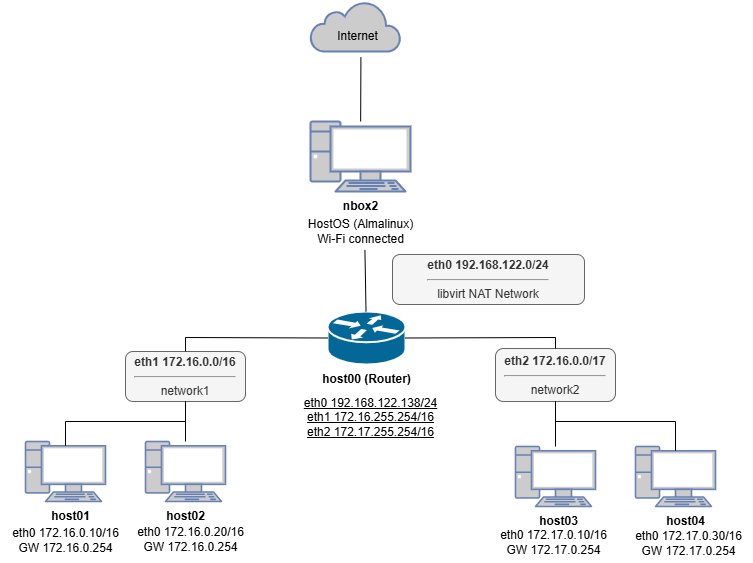
haru186f/kvm-network-lab keeps this draw.io diagram as architecture/network-diagram.drawio.png. Above is the earlier version. Source tidied: cells renumbered, new cells last; positions are measured from the earlier drawing's top-left corner, leaving out a move shared by most shapes. Source of this version:
```xml
<mxGraphModel background="#ffffff">
  <root>
    <mxCell id="0" />
    <mxCell id="1" parent="0" />
    <mxCell id="2" style="shape=mxgraph.cisco.routers.router;html=1;dashed=0;fillColor=#036897;strokeColor=#ffffff;strokeWidth=2;verticalLabelPosition=bottom;verticalAlign=top;align=center;outlineConnect=0;" parent="1" vertex="1">
      <mxGeometry x="327" y="310" width="78" height="53" as="geometry" />
    </mxCell>
    <mxCell id="3" value="&lt;b&gt;host00 (Router)&lt;br&gt;&lt;/b&gt;" style="text;html=1;align=center;verticalAlign=middle;strokeColor=none;fillColor=none;" parent="1" vertex="1">
      <mxGeometry x="311" y="363" width="110" height="30" as="geometry" />
    </mxCell>
    <mxCell id="4" value="&lt;div&gt;&lt;font color=&quot;#000000&quot;&gt;&lt;u&gt;eth0 192.168.122.138/24&lt;/u&gt;&lt;/font&gt;&lt;/div&gt;&lt;div&gt;&lt;font color=&quot;#000000&quot;&gt;&lt;u&gt;eth1 172.16.255.254/16&lt;/u&gt;&lt;/font&gt;&lt;/div&gt;&lt;div&gt;&lt;font color=&quot;#000000&quot;&gt;&lt;u&gt;eth2 172.17.255.254/16&lt;/u&gt;&lt;br&gt;&lt;/font&gt;&lt;/div&gt;" style="text;html=1;align=center;verticalAlign=middle;strokeColor=none;fillColor=none;" parent="1" vertex="1">
      <mxGeometry x="290" y="386" width="160" height="60" as="geometry" />
    </mxCell>
    <mxCell id="5" value="&lt;b&gt;eth0 192.168.122.0/24&lt;br&gt;&lt;/b&gt;&lt;hr&gt;libvirt NAT Network" style="rounded=1;whiteSpace=wrap;html=1;fillStyle=auto;fillColor=#f5f5f5;fontColor=#333333;strokeColor=#666666;gradientColor=none;align=center;" parent="1" vertex="1">
      <mxGeometry x="392" y="253" width="192" height="50" as="geometry" />
    </mxCell>
    <mxCell id="6" style="endArrow=none;html=1;entryX=0.534;entryY=0.961;entryDx=0;entryDy=0;entryPerimeter=0;" parent="1" edge="1" source="2" target="26">
      <mxGeometry relative="1" as="geometry" />
    </mxCell>
    <mxCell id="7" value="&lt;b&gt;eth1 172.16.0.0/16&lt;br&gt;&lt;/b&gt;&lt;hr&gt;network1" style="rounded=1;whiteSpace=wrap;html=1;fillColor=#f5f5f5;fontColor=#333333;strokeColor=#666666;" parent="1" vertex="1">
      <mxGeometry x="125" y="350" width="120" height="50" as="geometry" />
    </mxCell>
    <mxCell id="8" value="&lt;b&gt;eth2 172.16.0.0/17&lt;/b&gt;&lt;div&gt;&lt;hr&gt;network2&lt;/div&gt;" style="rounded=1;whiteSpace=wrap;html=1;fillColor=#f5f5f5;fontColor=#333333;strokeColor=#666666;" parent="1" vertex="1">
      <mxGeometry x="495" y="347" width="120" height="53" as="geometry" />
    </mxCell>
    <mxCell id="9" style="endArrow=none;html=1;entryX=0;entryY=0.5;entryDx=0;entryDy=0;entryPerimeter=0;exitX=0.5;exitY=0;exitDx=0;exitDy=0;rounded=0;curved=0;" parent="1" edge="1" source="7" target="2">
      <mxGeometry relative="1" as="geometry">
        <Array as="points">
          <mxPoint x="185" y="336" />
        </Array>
      </mxGeometry>
    </mxCell>
    <mxCell id="10" style="endArrow=none;html=1;entryX=1;entryY=0.5;entryDx=0;entryDy=0;entryPerimeter=0;exitX=0.5;exitY=0;exitDx=0;exitDy=0;rounded=0;curved=0;" parent="1" edge="1" source="8" target="2">
      <mxGeometry relative="1" as="geometry">
        <Array as="points">
          <mxPoint x="555" y="336" />
        </Array>
      </mxGeometry>
    </mxCell>
    <mxCell id="11" style="fontColor=#0066CC;verticalAlign=top;verticalLabelPosition=bottom;labelPosition=center;align=center;html=1;outlineConnect=0;fillColor=#CCCCCC;strokeColor=#6881B3;gradientColor=none;gradientDirection=north;strokeWidth=2;shape=mxgraph.networks.pc;" parent="1" vertex="1">
      <mxGeometry x="25" y="440" width="80" height="60" as="geometry" />
    </mxCell>
    <mxCell id="12" style="fontColor=#0066CC;verticalAlign=top;verticalLabelPosition=bottom;labelPosition=center;align=center;html=1;outlineConnect=0;fillColor=#CCCCCC;strokeColor=#6881B3;gradientColor=none;gradientDirection=north;strokeWidth=2;shape=mxgraph.networks.pc;" parent="1" vertex="1">
      <mxGeometry x="145" y="440" width="80" height="60" as="geometry" />
    </mxCell>
    <mxCell id="13" style="endArrow=none;html=1;entryX=0.5;entryY=1;entryDx=0;entryDy=0;exitX=0.5;exitY=0.07;exitDx=0;exitDy=0;exitPerimeter=0;rounded=0;curved=0;" parent="1" edge="1" source="11" target="7">
      <mxGeometry relative="1" as="geometry">
        <Array as="points">
          <mxPoint x="65" y="420" />
          <mxPoint x="185" y="420" />
        </Array>
      </mxGeometry>
    </mxCell>
    <mxCell id="14" style="endArrow=none;html=1;entryX=0.5;entryY=1;entryDx=0;entryDy=0;" parent="1" edge="1" source="12" target="7">
      <mxGeometry relative="1" as="geometry" />
    </mxCell>
    <mxCell id="15" style="fontColor=#0066CC;verticalAlign=top;verticalLabelPosition=bottom;labelPosition=center;align=center;html=1;outlineConnect=0;fillColor=#CCCCCC;strokeColor=#6881B3;gradientColor=none;gradientDirection=north;strokeWidth=2;shape=mxgraph.networks.pc;" parent="1" vertex="1">
      <mxGeometry x="515" y="445" width="80" height="60" as="geometry" />
    </mxCell>
    <mxCell id="16" style="fontColor=#0066CC;verticalAlign=top;verticalLabelPosition=bottom;labelPosition=center;align=center;html=1;outlineConnect=0;fillColor=#CCCCCC;strokeColor=#6881B3;gradientColor=none;gradientDirection=north;strokeWidth=2;shape=mxgraph.networks.pc;" parent="1" vertex="1">
      <mxGeometry x="635" y="445" width="80" height="60" as="geometry" />
    </mxCell>
    <mxCell id="17" style="endArrow=none;html=1;entryX=0.5;entryY=1;entryDx=0;entryDy=0;" parent="1" edge="1" source="15" target="8">
      <mxGeometry relative="1" as="geometry" />
    </mxCell>
    <mxCell id="18" style="endArrow=none;html=1;entryX=0.5;entryY=1;entryDx=0;entryDy=0;exitX=0.5;exitY=0.07;exitDx=0;exitDy=0;exitPerimeter=0;rounded=0;curved=0;" parent="1" edge="1" source="16" target="8">
      <mxGeometry relative="1" as="geometry">
        <Array as="points">
          <mxPoint x="675" y="420" />
          <mxPoint x="555" y="420" />
        </Array>
      </mxGeometry>
    </mxCell>
    <mxCell id="19" style="group;" parent="1" vertex="1">
      <mxGeometry x="310" width="90" height="50" as="geometry" />
    </mxCell>
    <mxCell id="20" style="html=1;fillColor=#CCCCCC;strokeColor=#6881B3;gradientColor=none;gradientDirection=north;strokeWidth=2;shape=mxgraph.networks.cloud;fontColor=#ffffff;" parent="19" vertex="1">
      <mxGeometry width="90" height="50" as="geometry" />
    </mxCell>
    <mxCell id="21" value="Internet" style="text;html=1;align=center;verticalAlign=middle;points=[];strokeColor=none;fillColor=none;" parent="19" vertex="1">
      <mxGeometry x="17" y="20" width="60" height="30" as="geometry" />
    </mxCell>
    <mxCell id="22" style="group;" parent="1" vertex="1">
      <mxGeometry x="295" y="120" width="130" height="130" as="geometry" />
    </mxCell>
    <mxCell id="23" style="group;" parent="22" vertex="1">
      <mxGeometry x="15" width="115" height="130" as="geometry" />
    </mxCell>
    <mxCell id="24" style="fontColor=#0066CC;verticalAlign=top;verticalLabelPosition=bottom;labelPosition=center;align=center;html=1;outlineConnect=0;fillColor=#CCCCCC;strokeColor=#6881B3;gradientColor=none;gradientDirection=north;strokeWidth=2;shape=mxgraph.networks.pc;" parent="23" vertex="1">
      <mxGeometry width="100" height="70" as="geometry" />
    </mxCell>
    <mxCell id="25" value="&lt;b&gt;nbox2&lt;/b&gt;" style="text;html=1;align=center;verticalAlign=middle;strokeColor=none;fillColor=none;" parent="23" vertex="1">
      <mxGeometry x="20" y="70" width="60" height="30" as="geometry" />
    </mxCell>
    <mxCell id="26" value="HostOS (Almalinux)&lt;br&gt;Wi-Fi connected" style="text;html=1;align=center;verticalAlign=middle;points=[];strokeColor=none;fillColor=none;" parent="23" vertex="1">
      <mxGeometry x="-15" y="90" width="130" height="40" as="geometry" />
    </mxCell>
    <mxCell id="27" value="&lt;b&gt;host01&lt;/b&gt;" style="text;html=1;align=center;verticalAlign=middle;strokeColor=none;fillColor=none;" parent="1" vertex="1">
      <mxGeometry x="40" y="500" width="60" height="30" as="geometry" />
    </mxCell>
    <mxCell id="28" value="&lt;b&gt;host04&lt;/b&gt;" style="text;html=1;align=center;verticalAlign=middle;strokeColor=none;fillColor=none;" parent="1" vertex="1">
      <mxGeometry x="655" y="505" width="60" height="30" as="geometry" />
    </mxCell>
    <mxCell id="29" value="&lt;b&gt;host03&lt;/b&gt;" style="text;html=1;align=center;verticalAlign=middle;strokeColor=none;fillColor=none;" parent="1" vertex="1">
      <mxGeometry x="528" y="505" width="60" height="30" as="geometry" />
    </mxCell>
    <mxCell id="30" value="&lt;b&gt;host02&lt;/b&gt;" style="text;html=1;align=center;verticalAlign=middle;strokeColor=none;fillColor=none;" parent="1" vertex="1">
      <mxGeometry x="155" y="500" width="60" height="30" as="geometry" />
    </mxCell>
    <mxCell id="31" value="eth0 172.16.0.10/16&lt;br&gt;GW 172.16.0.254" style="text;html=1;align=center;verticalAlign=middle;strokeColor=none;fillColor=none;" parent="1" vertex="1">
      <mxGeometry y="519" width="130" height="40" as="geometry" />
    </mxCell>
    <mxCell id="32" style="endArrow=none;html=1;entryX=0.557;entryY=1.186;entryDx=0;entryDy=0;entryPerimeter=0;" parent="1" edge="1" source="24" target="21">
      <mxGeometry relative="1" as="geometry" />
    </mxCell>
    <mxCell id="33" value="eth0 172.16.0.20/16&lt;br&gt;GW 172.16.0.254" style="text;html=1;align=center;verticalAlign=middle;strokeColor=none;fillColor=none;" parent="1" vertex="1">
      <mxGeometry x="125" y="518" width="130" height="40" as="geometry" />
    </mxCell>
    <mxCell id="34" value="eth0 172.17.0.10/16&lt;br&gt;GW 172.17.0.254" style="text;html=1;align=center;verticalAlign=middle;strokeColor=none;fillColor=none;" parent="1" vertex="1">
      <mxGeometry x="488" y="521" width="130" height="40" as="geometry" />
    </mxCell>
    <mxCell id="35" value="eth0 172.17.0.30/16&lt;br&gt;GW 172.17.0.254" style="text;html=1;align=center;verticalAlign=middle;strokeColor=none;fillColor=none;" parent="1" vertex="1">
      <mxGeometry x="623" y="522" width="130" height="40" as="geometry" />
    </mxCell>
  </root>
</mxGraphModel>
```
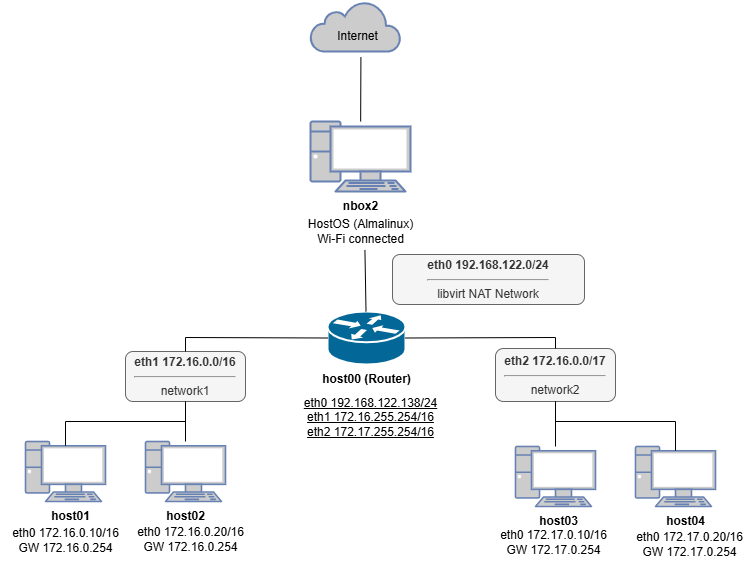
Above is the later version.

Change to the diagram source:
```diff
@@ -119,8 +119,8 @@
     <mxCell id="34" value="eth0 172.17.0.10/16&lt;br&gt;GW 172.17.0.254" style="text;html=1;align=center;verticalAlign=middle;strokeColor=none;fillColor=none;" parent="1" vertex="1">
       <mxGeometry x="488" y="521" width="130" height="40" as="geometry" />
     </mxCell>
-    <mxCell id="35" value="eth0 172.17.0.30/16&lt;br&gt;GW 172.17.0.254" style="text;html=1;align=center;verticalAlign=middle;strokeColor=none;fillColor=none;" parent="1" vertex="1">
-      <mxGeometry x="623" y="522" width="130" height="40" as="geometry" />
+    <mxCell id="35" value="eth0 172.17.0.20/16&lt;br&gt;GW 172.17.0.254" style="text;html=1;align=center;verticalAlign=middle;strokeColor=none;fillColor=none;" parent="1" vertex="1">
+      <mxGeometry x="626" y="522" width="125" height="41" as="geometry" />
     </mxCell>
   </root>
 </mxGraphModel>
```
